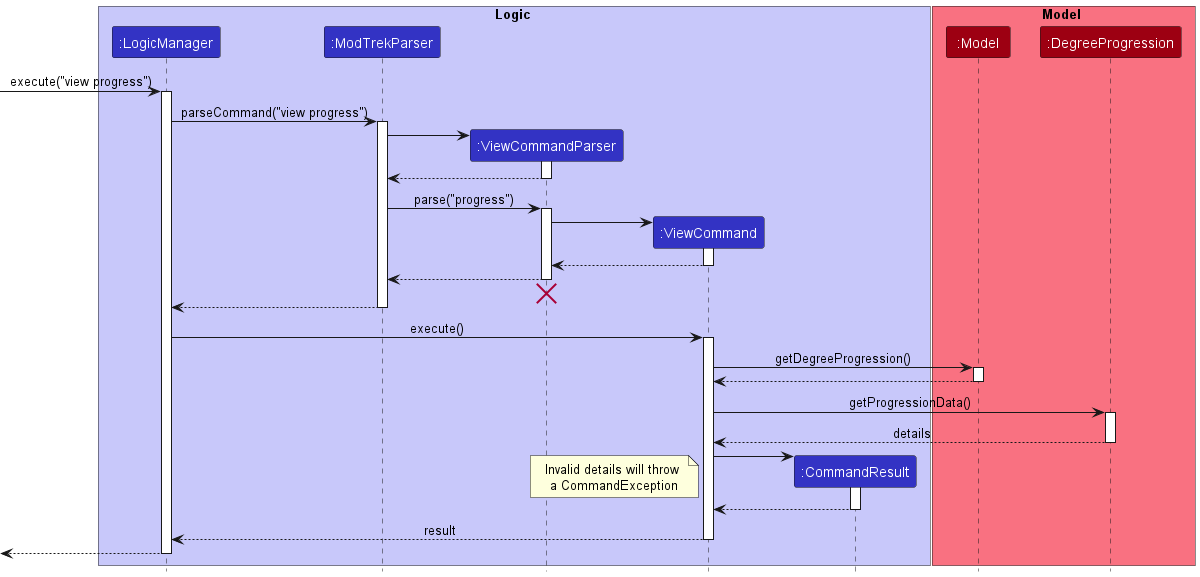
This is docs/images/ViewSequenceLogicDiagram.png from nus-cs2103-AY2223S2/tp, a PlantUML export, as it was before one commit. The source it was exported from:
```plantuml
@startuml
!include style.puml

box Logic LOGIC_COLOR_T1
participant ":LogicManager" as LogicManager LOGIC_COLOR
participant ":ModTrekParser" as ModTrekParser LOGIC_COLOR
participant ":ViewCommandParser" as ViewCommandParser LOGIC_COLOR
participant ":ViewCommand" as ViewCommand LOGIC_COLOR
participant ":CommandResult" as CommandResult LOGIC_COLOR
end box

box Model MODEL_COLOR_T1
participant ":Model" as Model MODEL_COLOR
participant ":DegreeProgression" as DegreeProgression MODEL_COLOR
end box

[-> LogicManager : execute("view progress")
activate LogicManager

LogicManager -> ModTrekParser : parseCommand("view progress")
activate ModTrekParser

create ViewCommandParser
ModTrekParser -> ViewCommandParser
activate ViewCommandParser

ViewCommandParser --> ModTrekParser
deactivate ViewCommandParser

ModTrekParser -> ViewCommandParser : parse("progress")
activate ViewCommandParser

create ViewCommand
ViewCommandParser -> ViewCommand
activate ViewCommand

ViewCommand --> ViewCommandParser
deactivate ViewCommand

ViewCommandParser --> ModTrekParser
deactivate ViewCommandParser
ViewCommandParser -[hidden]-> ModTrekParser
destroy ViewCommandParser

ModTrekParser --> LogicManager
deactivate ModTrekParser

LogicManager -> ViewCommand : execute()
activate ViewCommand

ViewCommand -> Model : getDegreeProgression()
activate Model

Model --> ViewCommand
deactivate Model

ViewCommand -> DegreeProgression : getProgressionData()
activate DegreeProgression

DegreeProgression --> ViewCommand : details
deactivate DegreeProgression

create CommandResult
ViewCommand -> CommandResult
activate CommandResult
note left
Invalid details will throw
a CommandException
end note

CommandResult --> ViewCommand
deactivate CommandResult

ViewCommand --> LogicManager : result
deactivate ViewCommand

[<--LogicManager
deactivate LogicManager
@enduml
```
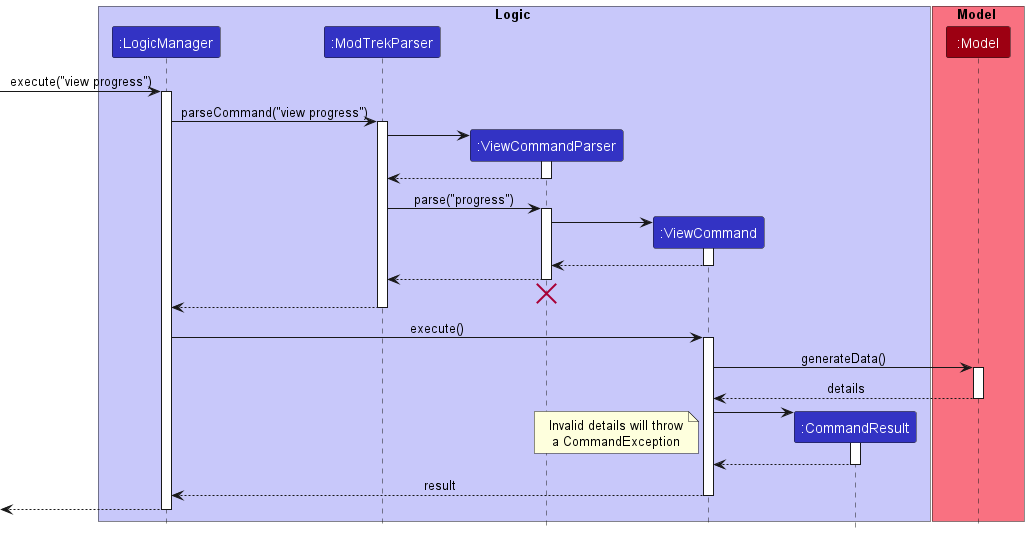
Later version of the same file.

The edit, as a diff of the source:
```diff
@@ -11,7 +11,6 @@
 
 box Model MODEL_COLOR_T1
 participant ":Model" as Model MODEL_COLOR
-participant ":DegreeProgression" as DegreeProgression MODEL_COLOR
 end box
 
 [-> LogicManager : execute("view progress")
@@ -48,17 +47,11 @@
 LogicManager -> ViewCommand : execute()
 activate ViewCommand
 
-ViewCommand -> Model : getDegreeProgression()
+ViewCommand -> Model : generateData()
 activate Model
 
-Model --> ViewCommand
+Model --> ViewCommand : details
 deactivate Model
-
-ViewCommand -> DegreeProgression : getProgressionData()
-activate DegreeProgression
-
-DegreeProgression --> ViewCommand : details
-deactivate DegreeProgression
 
 create CommandResult
 ViewCommand -> CommandResult
```
